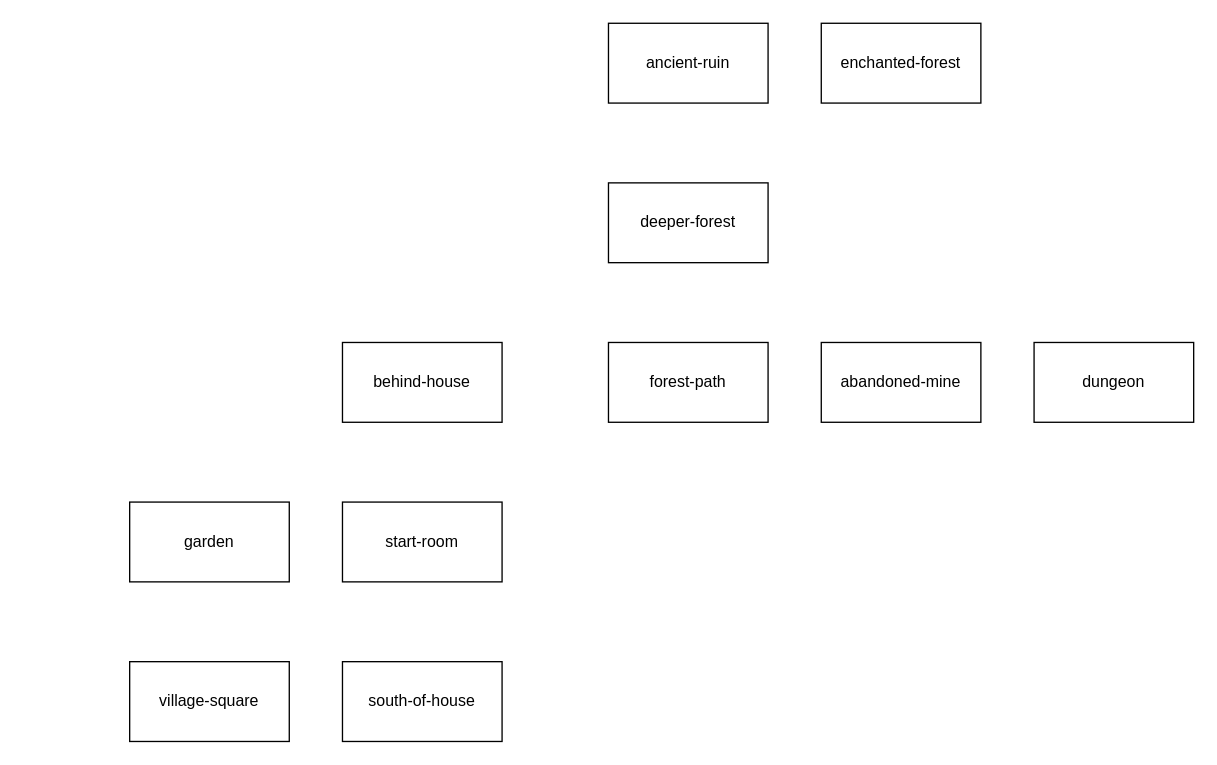
The draw.io diagram Untitled.drawio in Kedoichi/Zoork, before the edit. Source tidied: cells renumbered, new cells numbered last; positions are measured from the earlier drawing's top-left corner, leaving out a move shared by most shapes. Both pictures are drawn from the tidied source at 133%, with x=0, y=0 at pixel (129, 23).
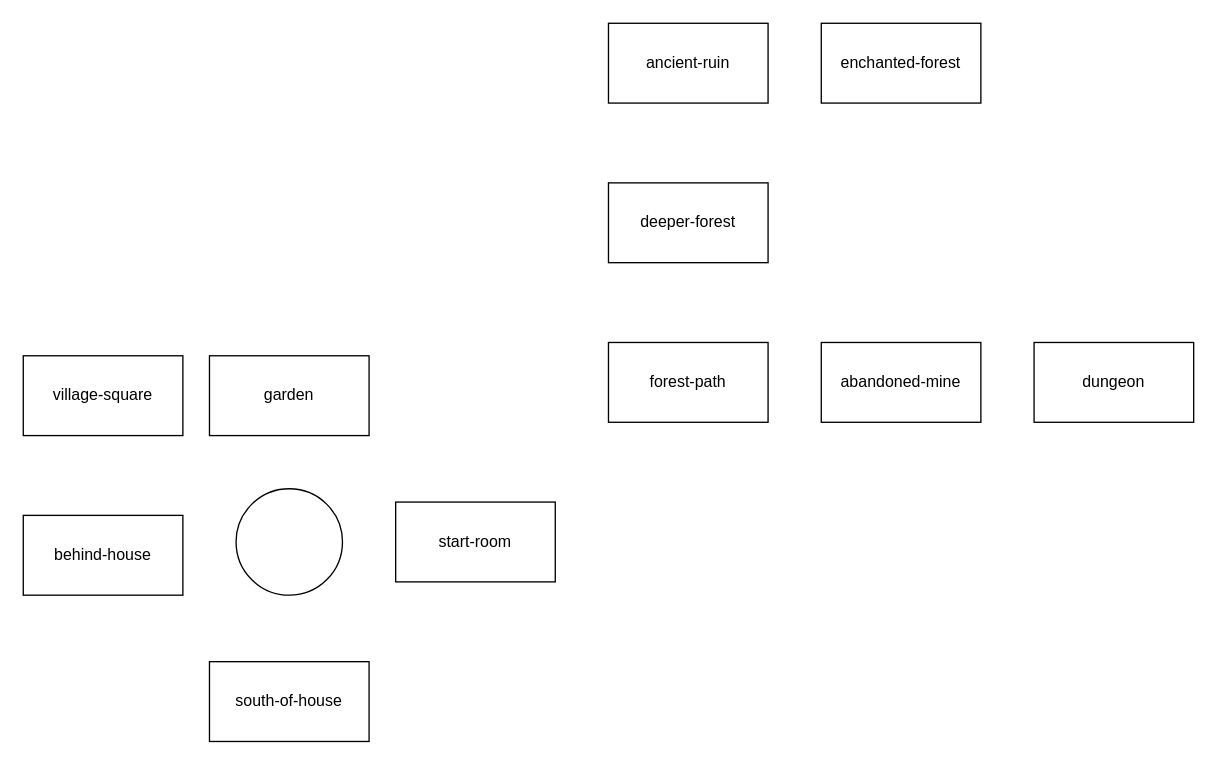
The same page after the edit.

Diff of the diagram source:
```diff
@@
 <mxGraphModel>
   <root>
     <mxCell id="0" />
     <mxCell id="1" parent="0" />
     <mxCell id="2" value="start-room" style="rounded=0;whiteSpace=wrap;html=1;" parent="1" vertex="1">
-      <mxGeometry x="160" y="360" width="120" height="60" as="geometry" />
+      <mxGeometry x="200" y="360" width="120" height="60" as="geometry" />
     </mxCell>
     <mxCell id="3" value="south-of-house" style="rounded=0;whiteSpace=wrap;html=1;" parent="1" vertex="1">
-      <mxGeometry x="160" y="480" width="120" height="60" as="geometry" />
+      <mxGeometry x="60" y="480" width="120" height="60" as="geometry" />
     </mxCell>
     <mxCell id="4" value="behind-house" style="rounded=0;whiteSpace=wrap;html=1;" parent="1" vertex="1">
-      <mxGeometry x="160" y="240" width="120" height="60" as="geometry" />
+      <mxGeometry x="-80" y="370" width="120" height="60" as="geometry" />
     </mxCell>
     <mxCell id="5" value="garden" style="rounded=0;whiteSpace=wrap;html=1;" parent="1" vertex="1">
-      <mxGeometry y="360" width="120" height="60" as="geometry" />
+      <mxGeometry x="60" y="250" width="120" height="60" as="geometry" />
     </mxCell>
     <mxCell id="6" value="village-square" style="rounded=0;whiteSpace=wrap;html=1;" parent="1" vertex="1">
-      <mxGeometry y="480" width="120" height="60" as="geometry" />
+      <mxGeometry x="-80" y="250" width="120" height="60" as="geometry" />
     </mxCell>
     <mxCell id="7" value="forest-path" style="rounded=0;whiteSpace=wrap;html=1;" parent="1" vertex="1">
       <mxGeometry x="360" y="240" width="120" height="60" as="geometry" />
     </mxCell>
     <mxCell id="8" value="abandoned-mine" style="rounded=0;whiteSpace=wrap;html=1;" parent="1" vertex="1">
       <mxGeometry x="520" y="240" width="120" height="60" as="geometry" />
     </mxCell>
     <mxCell id="9" value="deeper-forest" style="rounded=0;whiteSpace=wrap;html=1;" parent="1" vertex="1">
       <mxGeometry x="360" y="120" width="120" height="60" as="geometry" />
     </mxCell>
     <mxCell id="10" value="ancient-ruin" style="rounded=0;whiteSpace=wrap;html=1;" parent="1" vertex="1">
       <mxGeometry x="360" width="120" height="60" as="geometry" />
     </mxCell>
     <mxCell id="11" value="enchanted-forest" style="rounded=0;whiteSpace=wrap;html=1;" parent="1" vertex="1">
       <mxGeometry x="520" width="120" height="60" as="geometry" />
     </mxCell>
     <mxCell id="12" value="dungeon" style="rounded=0;whiteSpace=wrap;html=1;" parent="1" vertex="1">
       <mxGeometry x="680" y="240" width="120" height="60" as="geometry" />
     </mxCell>
+    <mxCell id="13" style="ellipse;whiteSpace=wrap;html=1;" parent="1" vertex="1">
+      <mxGeometry x="80" y="350" width="80" height="80" as="geometry" />
+    </mxCell>
   </root>
 </mxGraphModel>
```
